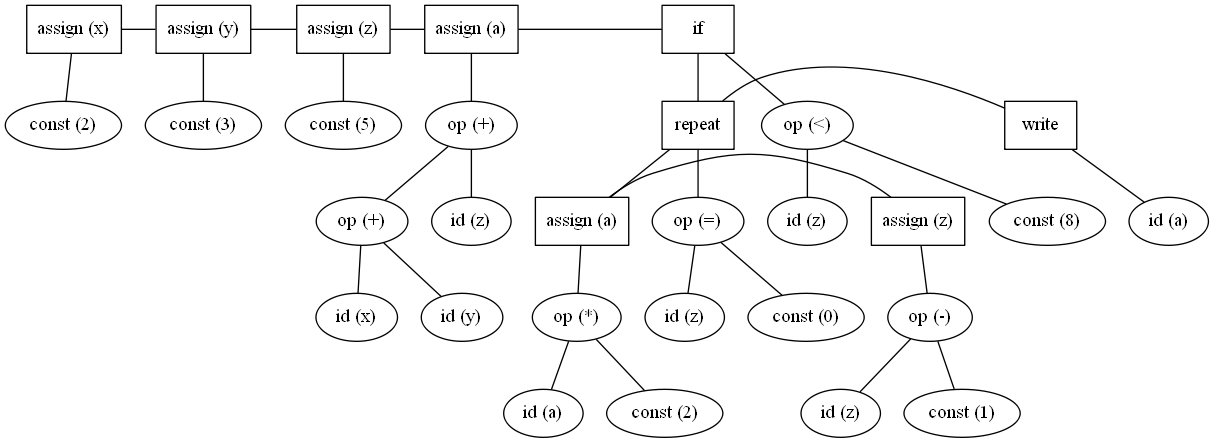
Above: tree.gv.png in Abdullah-A-Elsayed/TinyParser (Graphviz), before the change. Its source is kept beside it as tree.gv.
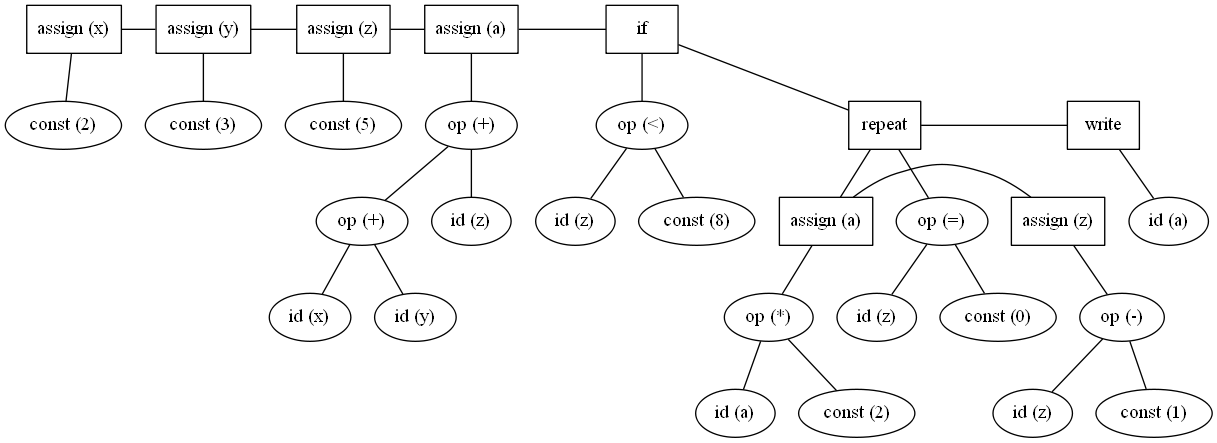
After the change.

Commit message:
ordering = 'out'

Change to the diagram source:
```diff
@@ -1,4 +1,5 @@
 graph tree {
+	ordering=out
 	{
 		rank=same
 		0 [label="assign (x)" shape=rectangle]
```
